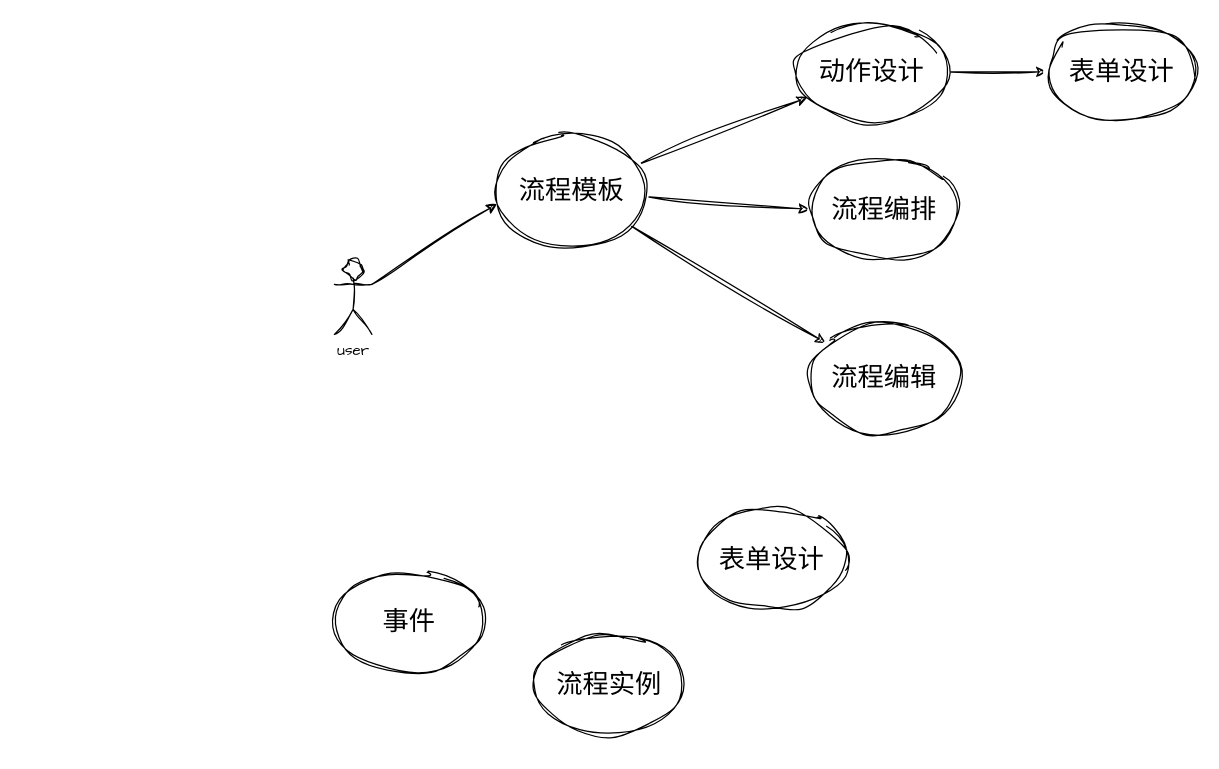
The draw.io diagram 未命名绘图.drawio in cnbeiyu/cxx-graduation, before the edit. Source tidied: cells renumbered, new cells numbered last; positions are measured from the earlier drawing's top-left corner, leaving out a move shared by most shapes. Both pictures are drawn from the tidied source at 125%, with x=0, y=0 at pixel (334, 21).
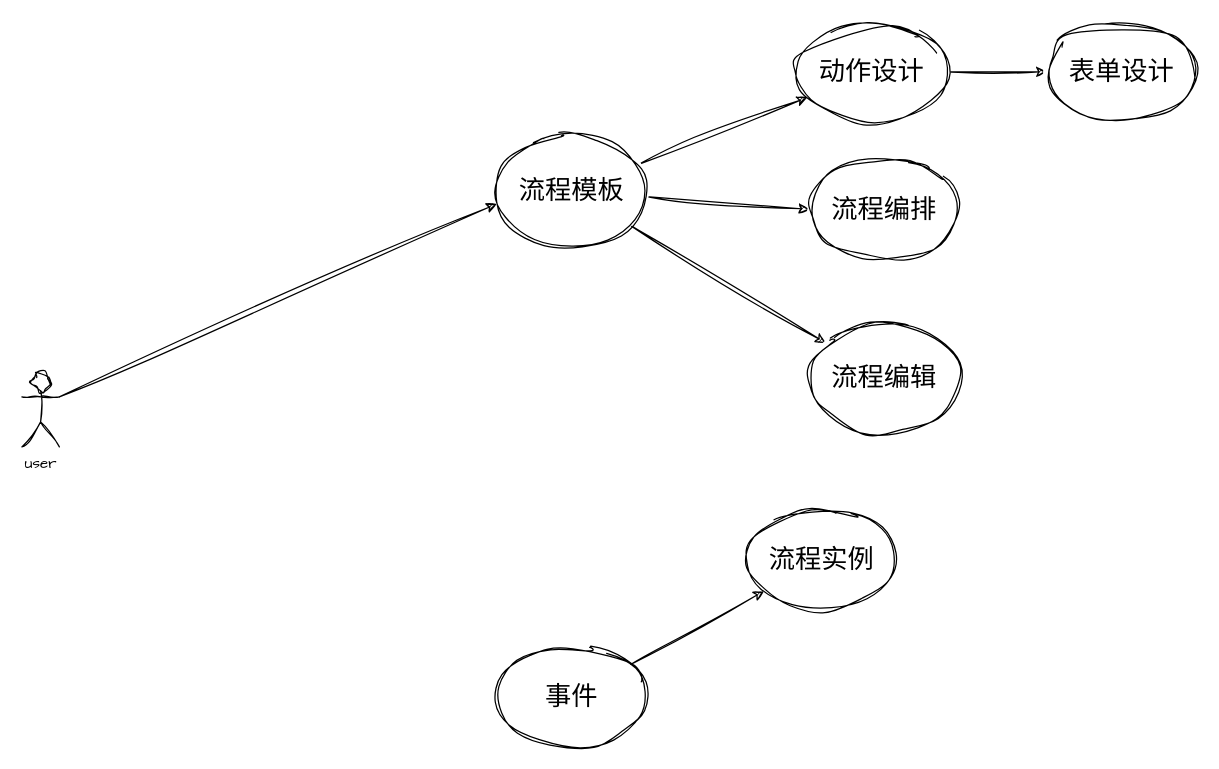
After the change.

Diff of the diagram source:
```diff
@@
 <mxGraphModel>
   <root>
     <mxCell id="0" />
     <mxCell id="1" parent="0" />
     <mxCell id="2" style="rounded=0;sketch=1;hachureGap=4;jiggle=2;curveFitting=1;jettySize=auto;html=1;fontFamily=Architects Daughter;" parent="1" edge="1" source="5" target="9">
       <mxGeometry relative="1" as="geometry" />
     </mxCell>
     <mxCell id="3" style="rounded=0;sketch=1;hachureGap=4;jiggle=2;curveFitting=1;jettySize=auto;html=1;entryX=0;entryY=0.5;entryDx=0;entryDy=0;fontFamily=Architects Daughter;" parent="1" edge="1" source="5" target="12">
       <mxGeometry relative="1" as="geometry" />
     </mxCell>
     <mxCell id="4" style="edgeStyle=none;shape=connector;rounded=0;sketch=1;hachureGap=4;jiggle=2;curveFitting=1;jettySize=auto;html=1;strokeColor=default;align=center;verticalAlign=middle;fontFamily=Architects Daughter;fontSize=11;fontColor=default;labelBackgroundColor=default;endArrow=classic;" parent="1" edge="1" source="5" target="14">
       <mxGeometry relative="1" as="geometry" />
     </mxCell>
     <mxCell id="5" value="&lt;font style=&quot;font-size: 21px;&quot;&gt;流程模板&lt;/font&gt;" style="ellipse;whiteSpace=wrap;html=1;sketch=1;hachureGap=4;jiggle=2;curveFitting=1;fontFamily=Architects Daughter;" parent="1" vertex="1">
       <mxGeometry x="130" y="90" width="120" height="90" as="geometry" />
     </mxCell>
     <mxCell id="6" value="user" style="shape=umlActor;verticalLabelPosition=bottom;verticalAlign=top;html=1;outlineConnect=0;sketch=1;hachureGap=4;jiggle=2;curveFitting=1;fontFamily=Architects Daughter;" parent="1" vertex="1">
-      <mxGeometry y="190" width="30" height="60" as="geometry" />
+      <mxGeometry x="-250" y="280" width="30" height="60" as="geometry" />
     </mxCell>
+    <mxCell id="16" style="edgeStyle=none;shape=connector;rounded=0;sketch=1;hachureGap=4;jiggle=2;curveFitting=1;jettySize=auto;html=1;strokeColor=default;align=center;verticalAlign=middle;fontFamily=Architects Daughter;fontSize=12;fontColor=default;labelBackgroundColor=default;endArrow=classic;" parent="1" edge="1" source="7" target="10">
+      <mxGeometry relative="1" as="geometry" />
+    </mxCell>
     <mxCell id="7" value="&lt;font style=&quot;font-size: 21px;&quot;&gt;事件&lt;/font&gt;" style="ellipse;whiteSpace=wrap;html=1;sketch=1;hachureGap=4;jiggle=2;curveFitting=1;fontFamily=Architects Daughter;" parent="1" vertex="1">
-      <mxGeometry y="440" width="120" height="80" as="geometry" />
+      <mxGeometry x="130" y="500" width="120" height="80" as="geometry" />
     </mxCell>
     <mxCell id="8" style="rounded=0;sketch=1;hachureGap=4;jiggle=2;curveFitting=1;jettySize=auto;html=1;fontFamily=Architects Daughter;" parent="1" edge="1" source="9" target="13">
       <mxGeometry relative="1" as="geometry" />
     </mxCell>
     <mxCell id="9" value="&lt;font style=&quot;font-size: 21px;&quot;&gt;动作设计&lt;/font&gt;" style="ellipse;whiteSpace=wrap;html=1;sketch=1;hachureGap=4;jiggle=2;curveFitting=1;fontFamily=Architects Daughter;" parent="1" vertex="1">
       <mxGeometry x="370" width="120" height="80" as="geometry" />
     </mxCell>
-    <mxCell id="10" value="&lt;span style=&quot;font-size: 21px;&quot;&gt;流程实例&lt;/span&gt;" style="ellipse;whiteSpace=wrap;html=1;sketch=1;hachureGap=4;jiggle=2;curveFitting=1;fontFamily=Architects Daughter;" parent="1" vertex="1">
-      <mxGeometry x="160" y="490" width="120" height="80" as="geometry" />
-    </mxCell>
-    <mxCell id="11" value="&lt;span style=&quot;font-size: 21px;&quot;&gt;表单设计&lt;/span&gt;" style="ellipse;whiteSpace=wrap;html=1;sketch=1;hachureGap=4;jiggle=2;curveFitting=1;fontFamily=Architects Daughter;" parent="1" vertex="1">
-      <mxGeometry x="290" y="390" width="120" height="80" as="geometry" />
-    </mxCell>
     <mxCell id="12" value="&lt;font style=&quot;font-size: 21px;&quot;&gt;流程编排&lt;/font&gt;" style="ellipse;whiteSpace=wrap;html=1;sketch=1;hachureGap=4;jiggle=2;curveFitting=1;fontFamily=Architects Daughter;" parent="1" vertex="1">
       <mxGeometry x="380" y="110" width="120" height="80" as="geometry" />
     </mxCell>
     <mxCell id="13" value="&lt;span style=&quot;font-size: 21px;&quot;&gt;表单设计&lt;/span&gt;" style="ellipse;whiteSpace=wrap;html=1;sketch=1;hachureGap=4;jiggle=2;curveFitting=1;fontFamily=Architects Daughter;" parent="1" vertex="1">
       <mxGeometry x="570" width="120" height="80" as="geometry" />
     </mxCell>
     <mxCell id="14" value="&lt;font style=&quot;font-size: 21px;&quot;&gt;流程编辑&lt;/font&gt;" style="ellipse;whiteSpace=wrap;html=1;sketch=1;hachureGap=4;jiggle=2;curveFitting=1;fontFamily=Architects Daughter;" parent="1" vertex="1">
       <mxGeometry x="380" y="240" width="120" height="90" as="geometry" />
     </mxCell>
     <mxCell id="15" style="edgeStyle=none;shape=connector;rounded=0;sketch=1;hachureGap=4;jiggle=2;curveFitting=1;jettySize=auto;html=1;exitX=1;exitY=0.3333333333333333;exitDx=0;exitDy=0;exitPerimeter=0;entryX=0;entryY=0.617;entryDx=0;entryDy=0;entryPerimeter=0;strokeColor=default;align=center;verticalAlign=middle;fontFamily=Architects Daughter;fontSize=12;fontColor=default;labelBackgroundColor=default;endArrow=classic;" parent="1" edge="1" source="6" target="5">
       <mxGeometry relative="1" as="geometry" />
     </mxCell>
+    <mxCell id="10" value="&lt;font style=&quot;font-size: 21px;&quot;&gt;流程实例&lt;/font&gt;" style="ellipse;whiteSpace=wrap;html=1;sketch=1;hachureGap=4;jiggle=2;curveFitting=1;fontFamily=Architects Daughter;" parent="1" vertex="1">
+      <mxGeometry x="330" y="390" width="120" height="80" as="geometry" />
+    </mxCell>
   </root>
 </mxGraphModel>
```
